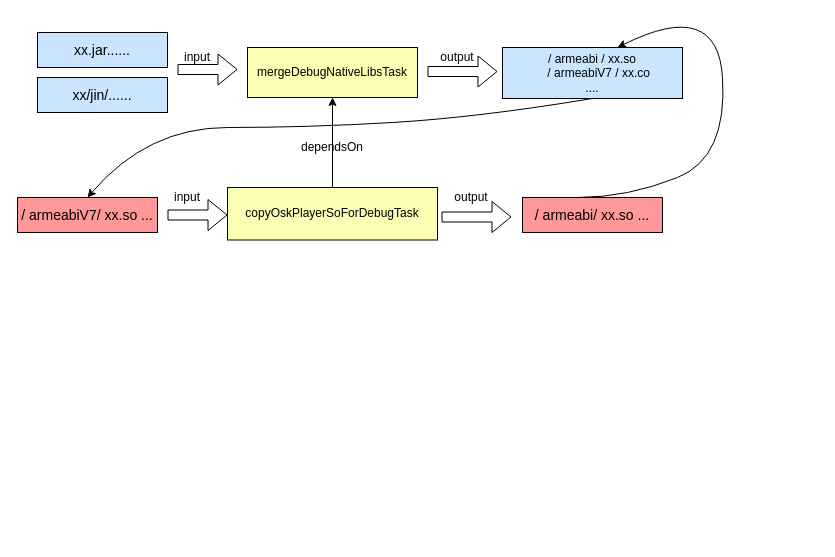
Above: page "jni" (7 of 26) of T9.drawio in shinecjj/UML (draw.io), before the change. Source tidied: cells renumbered, new cells numbered last; positions are measured from the earlier drawing's top-left corner, leaving out a move shared by most shapes. Both pictures are drawn from the tidied source at 100%, with x=0, y=0 at pixel (17, -3).
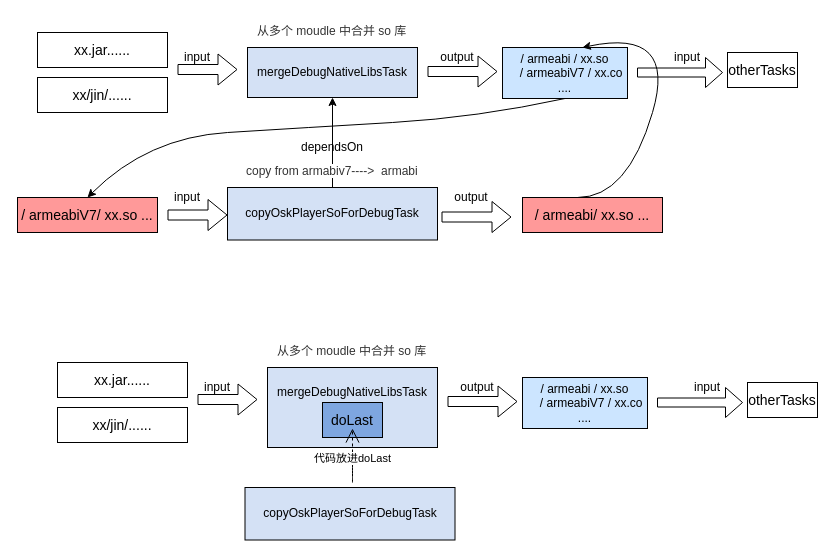
Above is the later version.

The change refers to these unchanged cells:
```xml
<mxCell id="18" value="&lt;span style=&quot;font-size: 14px&quot;&gt;/ armeabiV7/ xx.so ...&lt;/span&gt;" style="rounded=0;whiteSpace=wrap;html=1;strokeColor=#000000;fillColor=#FF9999;" parent="1" vertex="1">
  <mxGeometry y="200" width="140" height="35" as="geometry" />
</mxCell>
```

Diff of the diagram source:
```diff
@@
-    <mxCell id="2" value="copyOskPlayerSoForDebugTask" style="rounded=0;whiteSpace=wrap;html=1;strokeColor=#000000;fillColor=#FCFFB3;" parent="1" vertex="1">
+    <mxCell id="2" value="copyOskPlayerSoForDebugTask" style="rounded=0;whiteSpace=wrap;html=1;strokeColor=#000000;fillColor=#D4E1F5;" parent="1" vertex="1">
       <mxGeometry x="210" y="190" width="210" height="52.5" as="geometry" />
     </mxCell>
-    <mxCell id="3" value="&lt;span style=&quot;font-size: 14px&quot;&gt;xx.jar......&lt;/span&gt;" style="rounded=0;whiteSpace=wrap;html=1;strokeColor=#000000;fillColor=#CCE5FF;" parent="1" vertex="1">
+    <mxCell id="3" value="&lt;span style=&quot;font-size: 14px&quot;&gt;xx.jar......&lt;/span&gt;" style="rounded=0;whiteSpace=wrap;html=1;strokeColor=#000000;fillColor=none;" parent="1" vertex="1">
       <mxGeometry x="20" y="35" width="130" height="35" as="geometry" />
     </mxCell>
@@
-    <mxCell id="6" style="rounded=0;whiteSpace=wrap;html=1;strokeColor=#000000;fillColor=#FCFFB3;" parent="1" vertex="1">
+    <mxCell id="6" style="rounded=0;whiteSpace=wrap;html=1;strokeColor=#000000;fillColor=#D4E1F5;" parent="1" vertex="1">
       <mxGeometry x="230" y="50" width="170" height="50" as="geometry" />
     </mxCell>
@@
     <mxCell id="10" value="/ armeabi / xx.so&lt;br&gt;&amp;nbsp; &amp;nbsp; / armeabiV7 / xx.co&lt;br&gt;...." style="rounded=0;whiteSpace=wrap;html=1;strokeColor=#000000;fillColor=#CCE5FF;" parent="1" vertex="1">
-      <mxGeometry x="485" y="50" width="180" height="51" as="geometry" />
+      <mxGeometry x="485" y="50" width="125" height="51" as="geometry" />
     </mxCell>
@@
-    <mxCell id="17" value="&lt;span style=&quot;font-size: 14px&quot;&gt;xx/jin/......&lt;/span&gt;" style="rounded=0;whiteSpace=wrap;html=1;strokeColor=#000000;fillColor=#CCE5FF;" parent="1" vertex="1">
+    <mxCell id="17" value="&lt;span style=&quot;font-size: 14px&quot;&gt;xx/jin/......&lt;/span&gt;" style="rounded=0;whiteSpace=wrap;html=1;strokeColor=#000000;fillColor=none;" parent="1" vertex="1">
       <mxGeometry x="20" y="80" width="130" height="35" as="geometry" />
     </mxCell>
@@
     <mxCell id="20" style="curved=1;endArrow=classic;html=1;entryX=0.639;entryY=0;entryDx=0;entryDy=0;entryPerimeter=0;" parent="1" edge="1" target="10">
       <mxGeometry relative="1" as="geometry">
         <mxPoint x="560" y="200" as="sourcePoint" />
         <Array as="points">
           <mxPoint x="610" y="200" />
-          <mxPoint x="710" y="160" />
-          <mxPoint x="700" />
+          <mxPoint x="660" y="30" />
         </Array>
       </mxGeometry>
     </mxCell>
     <mxCell id="21" style="curved=1;endArrow=classic;html=1;exitX=0.5;exitY=1;exitDx=0;exitDy=0;entryX=0.5;entryY=0;entryDx=0;entryDy=0;" parent="1" edge="1" source="10" target="18">
       <mxGeometry relative="1" as="geometry">
         <Array as="points">
           <mxPoint x="460" y="120" />
           <mxPoint x="290" y="130" />
-          <mxPoint x="130" y="130" />
+          <mxPoint x="130" y="140" />
         </Array>
       </mxGeometry>
     </mxCell>
+    <mxCell id="22" value="input" style="text;html=1;strokeColor=none;fillColor=none;align=center;verticalAlign=middle;whiteSpace=wrap;rounded=0;" parent="1" vertex="1">
+      <mxGeometry x="650" y="50" width="40" height="20" as="geometry" />
+    </mxCell>
+    <mxCell id="23" value="&lt;span style=&quot;color: rgb(51 , 51 , 51) ; font-size: 12px ; font-style: normal ; font-weight: 400 ; letter-spacing: normal ; text-indent: 0px ; text-transform: none ; word-spacing: 0px ; background-color: rgb(255 , 255 , 255) ; display: inline ; float: none&quot;&gt;从多个 moudle 中合并 so 库&lt;/span&gt;" style="text;whiteSpace=wrap;html=1;" parent="1" vertex="1">
+      <mxGeometry x="237.5" y="20" width="190" height="30" as="geometry" />
+    </mxCell>
+    <mxCell id="24" value="&lt;font color=&quot;#333333&quot;&gt;&lt;span style=&quot;background-color: rgb(255 , 255 , 255)&quot;&gt;copy from armabiv7----&amp;gt;&amp;nbsp; armabi&lt;/span&gt;&lt;/font&gt;" style="text;whiteSpace=wrap;html=1;" parent="1" vertex="1">
+      <mxGeometry x="227" y="160" width="176" height="30" as="geometry" />
+    </mxCell>
+    <mxCell id="25" style="shape=singleArrow;whiteSpace=wrap;html=1;strokeColor=#000000;fillColor=none;" parent="1" vertex="1">
+      <mxGeometry x="620" y="60" width="85" height="30" as="geometry" />
+    </mxCell>
+    <mxCell id="26" value="&lt;span style=&quot;font-size: 14px&quot;&gt;otherTasks&lt;/span&gt;" style="rounded=0;whiteSpace=wrap;html=1;strokeColor=#000000;fillColor=none;" parent="1" vertex="1">
+      <mxGeometry x="710" y="55" width="70" height="35" as="geometry" />
+    </mxCell>
+    <mxCell id="27" value="copyOskPlayerSoForDebugTask" style="rounded=0;whiteSpace=wrap;html=1;strokeColor=#000000;fillColor=#D4E1F5;" parent="1" vertex="1">
+      <mxGeometry x="227.5" y="490" width="210" height="52.5" as="geometry" />
+    </mxCell>
+    <mxCell id="28" value="&lt;span style=&quot;font-size: 14px&quot;&gt;xx.jar......&lt;/span&gt;" style="rounded=0;whiteSpace=wrap;html=1;strokeColor=#000000;fillColor=none;" parent="1" vertex="1">
+      <mxGeometry x="40" y="365" width="130" height="35" as="geometry" />
+    </mxCell>
+    <mxCell id="29" style="rounded=0;whiteSpace=wrap;html=1;strokeColor=#000000;fillColor=#D4E1F5;" parent="1" vertex="1">
+      <mxGeometry x="250" y="370" width="170" height="80" as="geometry" />
+    </mxCell>
+    <mxCell id="30" value="mergeDebugNativeLibsTask" style="text;html=1;strokeColor=none;fillColor=none;align=center;verticalAlign=middle;whiteSpace=wrap;rounded=0;" parent="1" vertex="1">
+      <mxGeometry x="315" y="385" width="40" height="20" as="geometry" />
+    </mxCell>
+    <mxCell id="31" value="/ armeabi / xx.so&lt;br&gt;&amp;nbsp; &amp;nbsp; / armeabiV7 / xx.co&lt;br&gt;...." style="rounded=0;whiteSpace=wrap;html=1;strokeColor=#000000;fillColor=#CCE5FF;" parent="1" vertex="1">
+      <mxGeometry x="505" y="380" width="125" height="51" as="geometry" />
+    </mxCell>
+    <mxCell id="32" style="shape=flexArrow;endArrow=classic;html=1;fillColor=#FFFFFF;" parent="1" edge="1">
+      <mxGeometry relative="1" as="geometry">
+        <mxPoint x="430" y="404" as="sourcePoint" />
+        <mxPoint x="500" y="404" as="targetPoint" />
+      </mxGeometry>
+    </mxCell>
+    <mxCell id="33" value="output" style="text;html=1;strokeColor=none;fillColor=none;align=center;verticalAlign=middle;whiteSpace=wrap;rounded=0;" parent="1" vertex="1">
+      <mxGeometry x="440" y="380" width="40" height="20" as="geometry" />
+    </mxCell>
+    <mxCell id="34" style="shape=flexArrow;endArrow=classic;html=1;strokeColor=#000000;fillColor=#FFFFFF;" parent="1" edge="1">
+      <mxGeometry relative="1" as="geometry">
+        <mxPoint x="180" y="402" as="sourcePoint" />
+        <mxPoint x="240" y="402" as="targetPoint" />
+      </mxGeometry>
+    </mxCell>
+    <mxCell id="35" value="input" style="text;html=1;strokeColor=none;fillColor=none;align=center;verticalAlign=middle;whiteSpace=wrap;rounded=0;" parent="1" vertex="1">
+      <mxGeometry x="180" y="380" width="40" height="20" as="geometry" />
+    </mxCell>
+    <mxCell id="36" value="&lt;span style=&quot;font-size: 14px&quot;&gt;xx/jin/......&lt;/span&gt;" style="rounded=0;whiteSpace=wrap;html=1;strokeColor=#000000;fillColor=none;" parent="1" vertex="1">
+      <mxGeometry x="40" y="410" width="130" height="35" as="geometry" />
+    </mxCell>
+    <mxCell id="37" value="input" style="text;html=1;strokeColor=none;fillColor=none;align=center;verticalAlign=middle;whiteSpace=wrap;rounded=0;" parent="1" vertex="1">
+      <mxGeometry x="670" y="380" width="40" height="20" as="geometry" />
+    </mxCell>
+    <mxCell id="38" value="&lt;span style=&quot;color: rgb(51 , 51 , 51) ; font-size: 12px ; font-style: normal ; font-weight: 400 ; letter-spacing: normal ; text-indent: 0px ; text-transform: none ; word-spacing: 0px ; background-color: rgb(255 , 255 , 255) ; display: inline ; float: none&quot;&gt;从多个 moudle 中合并 so 库&lt;/span&gt;" style="text;whiteSpace=wrap;html=1;" parent="1" vertex="1">
+      <mxGeometry x="257.5" y="340" width="190" height="30" as="geometry" />
+    </mxCell>
+    <mxCell id="39" style="shape=singleArrow;whiteSpace=wrap;html=1;strokeColor=#000000;fillColor=none;" parent="1" vertex="1">
+      <mxGeometry x="640" y="390" width="85" height="30" as="geometry" />
+    </mxCell>
+    <mxCell id="40" value="&lt;span style=&quot;font-size: 14px&quot;&gt;otherTasks&lt;/span&gt;" style="rounded=0;whiteSpace=wrap;html=1;strokeColor=#000000;fillColor=none;" parent="1" vertex="1">
+      <mxGeometry x="730" y="385" width="70" height="35" as="geometry" />
+    </mxCell>
+    <mxCell id="41" value="&lt;span style=&quot;font-size: 14px&quot;&gt;doLast&lt;/span&gt;" style="rounded=0;whiteSpace=wrap;html=1;strokeColor=#000000;fillColor=#7EA6E0;" parent="1" vertex="1">
+      <mxGeometry x="305" y="405" width="60" height="35" as="geometry" />
+    </mxCell>
+    <mxCell id="42" value="代码放进doLast" style="endArrow=open;endSize=12;dashed=1;html=1;fillColor=#A9C4EB;" parent="1" edge="1">
+      <mxGeometry x="0.32" relative="1" as="geometry">
+        <mxPoint x="335" y="461" as="sourcePoint" />
+        <mxPoint x="335" y="431" as="targetPoint" />
+        <Array as="points">
+          <mxPoint x="335" y="490" />
+        </Array>
+      </mxGeometry>
+    </mxCell>
```
